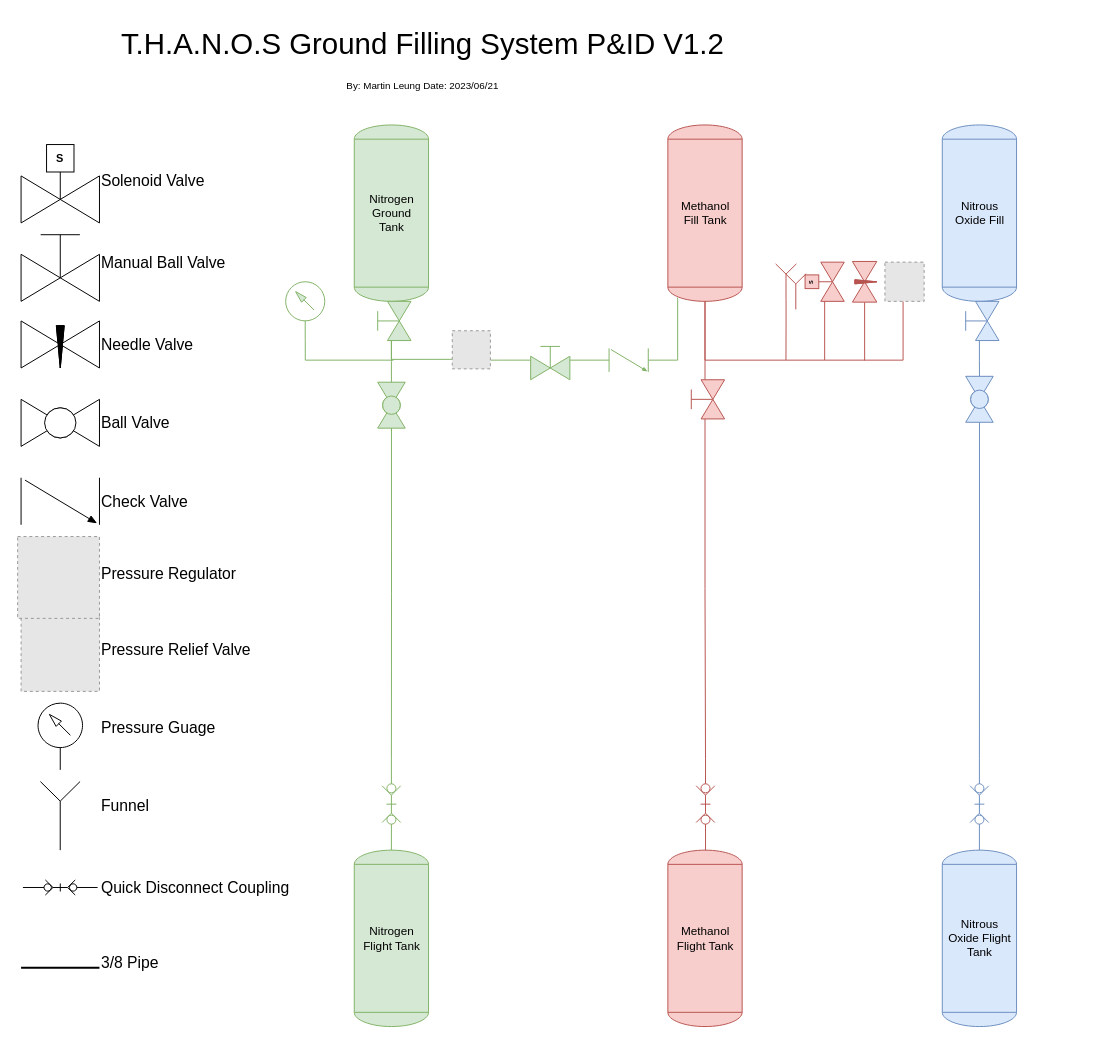
Earlier version of the draw.io diagram GroundSystems.drawio (icl-rocketry/Propulsion-PIDs). Source tidied: cells renumbered, new cells numbered last; positions are measured from the earlier drawing's top-left corner, leaving out a move shared by most shapes. Both pictures are drawn from the tidied source at 98%, with x=0, y=0 at pixel (17, 17). Pictures stored in the file or linked from it are replaced by grey dashed boxes.
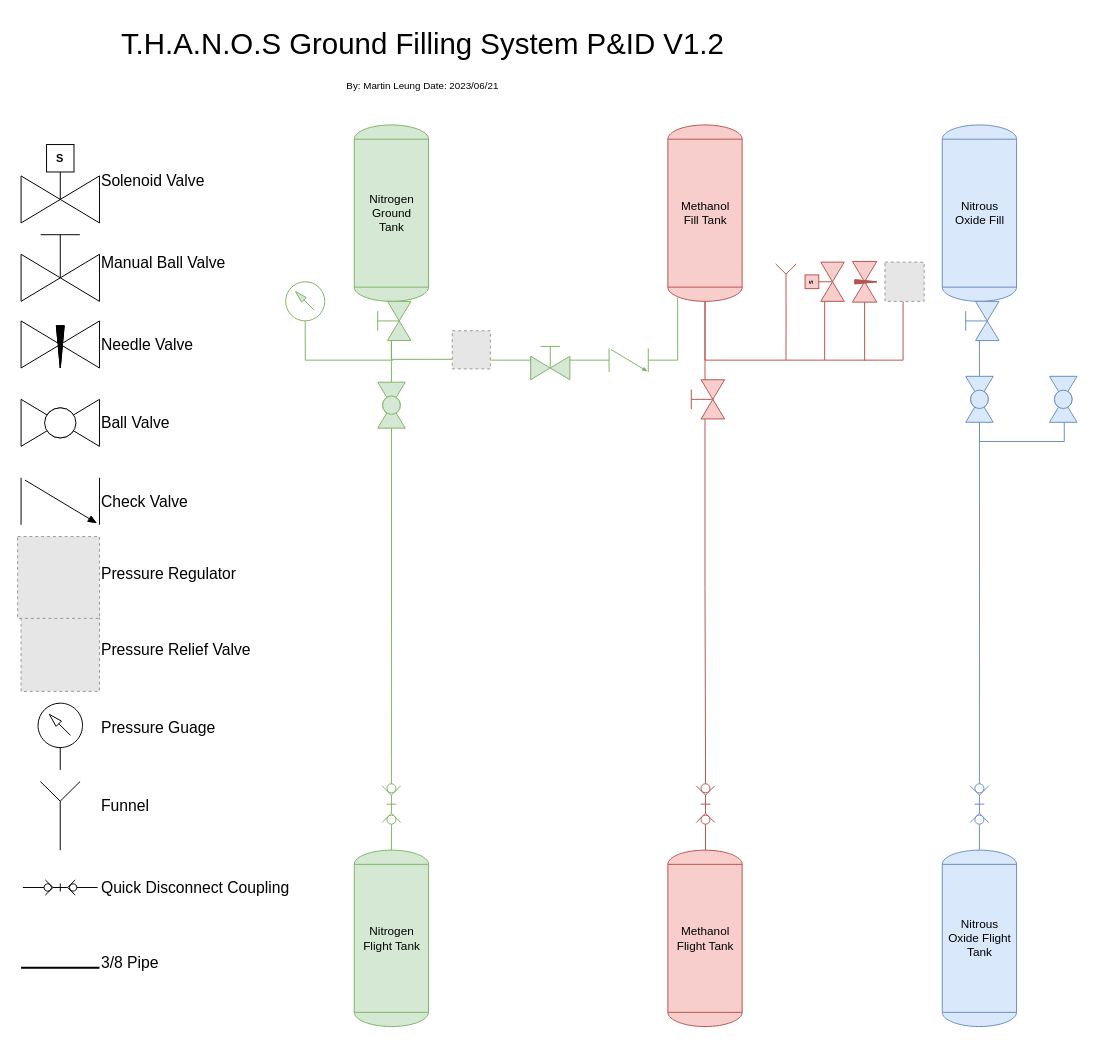
Above is the later version.

The change refers to these unchanged cells:
```xml
<mxCell id="41" style="verticalLabelPosition=bottom;align=center;html=1;verticalAlign=top;dashed=0;shape=mxgraph.pid2valves.valve;valveType=ball;rotation=-90;fillColor=#dae8fc;strokeColor=#6c8ebf;" parent="1" vertex="1">
  <mxGeometry x="958.5" y="375.9" width="46.9" height="28.1" as="geometry" />
</mxCell>
```

Change to the diagram source:
```diff
@@
+    <mxCell id="63" style="edgeStyle=orthogonalEdgeStyle;rounded=0;jettySize=auto;html=1;entryX=0.011;entryY=0.536;entryDx=0;entryDy=0;entryPerimeter=0;fillColor=#dae8fc;strokeColor=#6c8ebf;endArrow=none;endFill=0;" parent="1" edge="1" source="41" target="64">
+      <mxGeometry relative="1" as="geometry">
+        <Array as="points">
+          <mxPoint x="982" y="433" />
+          <mxPoint x="1068" y="433" />
+        </Array>
+      </mxGeometry>
+    </mxCell>
@@
-    <mxCell id="54" style="verticalLabelPosition=bottom;align=center;dashed=0;html=1;verticalAlign=top;shape=mxgraph.pid.fittings.funnel;fillColor=#f8cecc;strokeColor=#b85450;" parent="1" vertex="1">
-      <mxGeometry x="784" y="261.8" width="21.1" height="36.4" as="geometry" />
-    </mxCell>
@@
+    <mxCell id="64" style="verticalLabelPosition=bottom;align=center;html=1;verticalAlign=top;dashed=0;shape=mxgraph.pid2valves.valve;valveType=ball;rotation=-90;fillColor=#dae8fc;strokeColor=#6c8ebf;" parent="1" vertex="1">
+      <mxGeometry x="1044" y="375.9" width="46.9" height="28.1" as="geometry" />
+    </mxCell>
```
